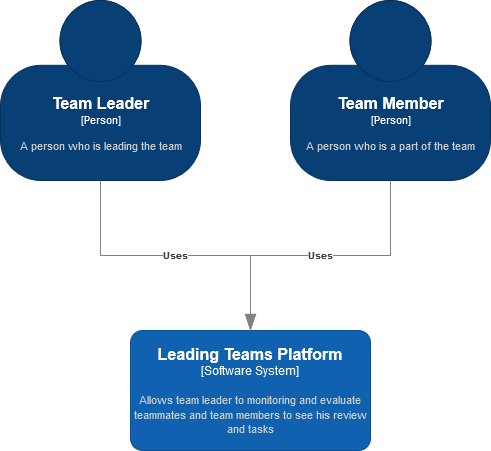
The draw.io diagram Documentatie/C4/Licenta Level 1.drawio.png in Naclyy/Licenta, before a commit. Source tidied: cells renumbered, new cells last; positions are measured from the earlier drawing's top-left corner, leaving out a move shared by most shapes. Its diagram source:
```xml
<mxGraphModel>
  <root>
    <mxCell id="0" />
    <mxCell id="1" parent="0" />
    <object id="2" label="&lt;font style=&quot;font-size: 16px&quot;&gt;&lt;b&gt;%c4Name%&lt;/b&gt;&lt;/font&gt;&lt;div&gt;[%c4Type%]&lt;/div&gt;&lt;br&gt;&lt;div&gt;&lt;font style=&quot;font-size: 11px&quot;&gt;&lt;font color=&quot;#cccccc&quot;&gt;%c4Description%&lt;/font&gt;&lt;/div&gt;" c4Description="A person who is leading the team" c4Name="Team Leader" c4Type="Person" placeholders="1">
      <mxCell style="html=1;fontSize=11;dashed=0;whitespace=wrap;fillColor=#083F75;strokeColor=#06315C;fontColor=#ffffff;shape=mxgraph.c4.person2;align=center;points=[[0.5,0,0],[1,0.5,0],[1,0.75,0],[0.75,1,0],[0.5,1,0],[0.25,1,0],[0,0.75,0],[0,0.5,0]];" parent="1" vertex="1">
        <mxGeometry width="200" height="180" as="geometry" />
      </mxCell>
    </object>
    <object id="3" label="&lt;font style=&quot;font-size: 16px&quot;&gt;&lt;b&gt;%c4Name%&lt;/b&gt;&lt;/font&gt;&lt;div&gt;[%c4Type%]&lt;/div&gt;&lt;br&gt;&lt;div&gt;&lt;font style=&quot;font-size: 11px&quot;&gt;&lt;font color=&quot;#cccccc&quot;&gt;%c4Description%&lt;/font&gt;&lt;/div&gt;" c4Description="A person who is a part of the team" c4Name="Team Member" c4Type="Person" placeholders="1">
      <mxCell style="html=1;fontSize=11;dashed=0;whitespace=wrap;fillColor=#083F75;strokeColor=#06315C;fontColor=#ffffff;shape=mxgraph.c4.person2;align=center;points=[[0.5,0,0],[1,0.5,0],[1,0.75,0],[0.75,1,0],[0.5,1,0],[0.25,1,0],[0,0.75,0],[0,0.5,0]];" parent="1" vertex="1">
        <mxGeometry x="290" width="200" height="180" as="geometry" />
      </mxCell>
    </object>
    <object id="4" label="&lt;font style=&quot;font-size: 16px&quot;&gt;&lt;b&gt;%c4Name%&lt;/b&gt;&lt;/font&gt;&lt;div&gt;[%c4Type%]&lt;/div&gt;&lt;br&gt;&lt;div&gt;&lt;font style=&quot;font-size: 11px&quot;&gt;&lt;font color=&quot;#cccccc&quot;&gt;%c4Description%&lt;/font&gt;&lt;/div&gt;" c4Description="Allows team leader to monitoring and evaluate teammates and team members to see his review and tasks" c4Name="Leading Teams Platform" c4Type="Software System" placeholders="1">
      <mxCell style="rounded=1;whiteSpace=wrap;html=1;labelBackgroundColor=none;fillColor=#1061B0;fontColor=#ffffff;align=center;arcSize=10;strokeColor=#0D5091;points=[[0.25,0,0],[0.5,0,0],[0.75,0,0],[1,0.25,0],[1,0.5,0],[1,0.75,0],[0.75,1,0],[0.5,1,0],[0.25,1,0],[0,0.75,0],[0,0.5,0],[0,0.25,0]];" parent="1" vertex="1">
        <mxGeometry x="130" y="330" width="240" height="120" as="geometry" />
      </mxCell>
    </object>
    <object id="5" label="&lt;div style=&quot;text-align: left&quot;&gt;&lt;div style=&quot;text-align: center&quot;&gt;&lt;b&gt;%c4Description%&lt;/b&gt;&lt;/div&gt;" c4Description="Uses" c4Type="Relationship" placeholders="1">
      <mxCell style="endArrow=blockThin;html=1;fontSize=10;fontColor=#404040;strokeWidth=1;endFill=1;strokeColor=#828282;elbow=vertical;endSize=14;startSize=14;jumpStyle=arc;jumpSize=16;rounded=0;edgeStyle=orthogonalEdgeStyle;exitX=0.5;exitY=1;exitDx=0;exitDy=0;exitPerimeter=0;entryX=0.5;entryY=0;entryDx=0;entryDy=0;entryPerimeter=0;" parent="1" edge="1" source="2" target="4">
        <mxGeometry relative="1" as="geometry">
          <Array as="points">
            <mxPoint x="100" y="255" />
            <mxPoint x="250" y="255" />
            <mxPoint x="250" y="330" />
          </Array>
        </mxGeometry>
      </mxCell>
    </object>
    <object id="6" label="&lt;div style=&quot;text-align: left&quot;&gt;&lt;div style=&quot;text-align: center&quot;&gt;&lt;b&gt;%c4Description%&lt;/b&gt;&lt;/div&gt;" c4Description="Uses" c4Type="Relationship" placeholders="1">
      <mxCell style="endArrow=blockThin;html=1;fontSize=10;fontColor=#404040;strokeWidth=1;endFill=1;strokeColor=#828282;elbow=vertical;endSize=14;startSize=14;jumpStyle=arc;jumpSize=16;rounded=0;edgeStyle=orthogonalEdgeStyle;entryX=0.5;entryY=0;entryDx=0;entryDy=0;entryPerimeter=0;exitX=0.5;exitY=1;exitDx=0;exitDy=0;exitPerimeter=0;" parent="1" edge="1" source="3" target="4">
        <mxGeometry relative="1" as="geometry" />
      </mxCell>
    </object>
  </root>
</mxGraphModel>
```
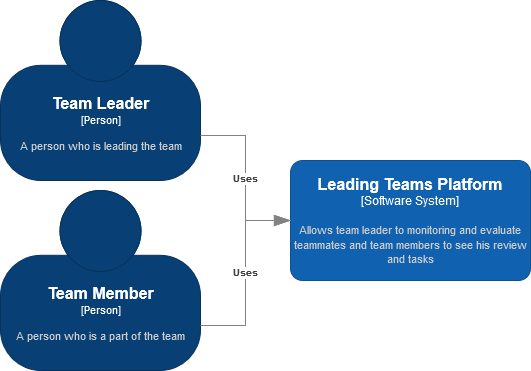
Above is the later version.

Diff of the diagram source:
```diff
@@ -4,34 +4,28 @@
     <mxCell id="1" parent="0" />
     <object id="2" label="&lt;font style=&quot;font-size: 16px&quot;&gt;&lt;b&gt;%c4Name%&lt;/b&gt;&lt;/font&gt;&lt;div&gt;[%c4Type%]&lt;/div&gt;&lt;br&gt;&lt;div&gt;&lt;font style=&quot;font-size: 11px&quot;&gt;&lt;font color=&quot;#cccccc&quot;&gt;%c4Description%&lt;/font&gt;&lt;/div&gt;" c4Description="A person who is leading the team" c4Name="Team Leader" c4Type="Person" placeholders="1">
       <mxCell style="html=1;fontSize=11;dashed=0;whitespace=wrap;fillColor=#083F75;strokeColor=#06315C;fontColor=#ffffff;shape=mxgraph.c4.person2;align=center;points=[[0.5,0,0],[1,0.5,0],[1,0.75,0],[0.75,1,0],[0.5,1,0],[0.25,1,0],[0,0.75,0],[0,0.5,0]];" parent="1" vertex="1">
-        <mxGeometry width="200" height="180" as="geometry" />
+        <mxGeometry x="-110" y="-100" width="200" height="180" as="geometry" />
       </mxCell>
     </object>
     <object id="3" label="&lt;font style=&quot;font-size: 16px&quot;&gt;&lt;b&gt;%c4Name%&lt;/b&gt;&lt;/font&gt;&lt;div&gt;[%c4Type%]&lt;/div&gt;&lt;br&gt;&lt;div&gt;&lt;font style=&quot;font-size: 11px&quot;&gt;&lt;font color=&quot;#cccccc&quot;&gt;%c4Description%&lt;/font&gt;&lt;/div&gt;" c4Description="A person who is a part of the team" c4Name="Team Member" c4Type="Person" placeholders="1">
       <mxCell style="html=1;fontSize=11;dashed=0;whitespace=wrap;fillColor=#083F75;strokeColor=#06315C;fontColor=#ffffff;shape=mxgraph.c4.person2;align=center;points=[[0.5,0,0],[1,0.5,0],[1,0.75,0],[0.75,1,0],[0.5,1,0],[0.25,1,0],[0,0.75,0],[0,0.5,0]];" parent="1" vertex="1">
-        <mxGeometry x="290" width="200" height="180" as="geometry" />
+        <mxGeometry x="-110" y="90" width="200" height="180" as="geometry" />
       </mxCell>
     </object>
     <object id="4" label="&lt;font style=&quot;font-size: 16px&quot;&gt;&lt;b&gt;%c4Name%&lt;/b&gt;&lt;/font&gt;&lt;div&gt;[%c4Type%]&lt;/div&gt;&lt;br&gt;&lt;div&gt;&lt;font style=&quot;font-size: 11px&quot;&gt;&lt;font color=&quot;#cccccc&quot;&gt;%c4Description%&lt;/font&gt;&lt;/div&gt;" c4Description="Allows team leader to monitoring and evaluate teammates and team members to see his review and tasks" c4Name="Leading Teams Platform" c4Type="Software System" placeholders="1">
       <mxCell style="rounded=1;whiteSpace=wrap;html=1;labelBackgroundColor=none;fillColor=#1061B0;fontColor=#ffffff;align=center;arcSize=10;strokeColor=#0D5091;points=[[0.25,0,0],[0.5,0,0],[0.75,0,0],[1,0.25,0],[1,0.5,0],[1,0.75,0],[0.75,1,0],[0.5,1,0],[0.25,1,0],[0,0.75,0],[0,0.5,0],[0,0.25,0]];" parent="1" vertex="1">
-        <mxGeometry x="130" y="330" width="240" height="120" as="geometry" />
+        <mxGeometry x="180" y="60" width="240" height="120" as="geometry" />
       </mxCell>
     </object>
+    <object id="6" label="&lt;div style=&quot;text-align: left&quot;&gt;&lt;div style=&quot;text-align: center&quot;&gt;&lt;b&gt;%c4Description%&lt;/b&gt;&lt;/div&gt;" c4Description="Uses" c4Type="Relationship" placeholders="1">
+      <mxCell style="endArrow=blockThin;html=1;fontSize=10;fontColor=#404040;strokeWidth=1;endFill=1;strokeColor=#828282;elbow=vertical;endSize=14;startSize=14;jumpStyle=arc;jumpSize=16;rounded=0;edgeStyle=orthogonalEdgeStyle;exitX=1;exitY=0.75;exitDx=0;exitDy=0;exitPerimeter=0;entryX=0;entryY=0.5;entryDx=0;entryDy=0;entryPerimeter=0;" parent="1" edge="1" source="3" target="4">
+        <mxGeometry relative="1" as="geometry" />
+      </mxCell>
+    </object>
     <object id="5" label="&lt;div style=&quot;text-align: left&quot;&gt;&lt;div style=&quot;text-align: center&quot;&gt;&lt;b&gt;%c4Description%&lt;/b&gt;&lt;/div&gt;" c4Description="Uses" c4Type="Relationship" placeholders="1">
-      <mxCell style="endArrow=blockThin;html=1;fontSize=10;fontColor=#404040;strokeWidth=1;endFill=1;strokeColor=#828282;elbow=vertical;endSize=14;startSize=14;jumpStyle=arc;jumpSize=16;rounded=0;edgeStyle=orthogonalEdgeStyle;exitX=0.5;exitY=1;exitDx=0;exitDy=0;exitPerimeter=0;entryX=0.5;entryY=0;entryDx=0;entryDy=0;entryPerimeter=0;" parent="1" edge="1" source="2" target="4">
-        <mxGeometry relative="1" as="geometry">
-          <Array as="points">
-            <mxPoint x="100" y="255" />
-            <mxPoint x="250" y="255" />
-            <mxPoint x="250" y="330" />
-          </Array>
-        </mxGeometry>
+      <mxCell style="endArrow=blockThin;html=1;fontSize=10;fontColor=#404040;strokeWidth=1;endFill=1;strokeColor=#828282;elbow=vertical;endSize=14;startSize=14;jumpStyle=arc;jumpSize=16;rounded=0;edgeStyle=orthogonalEdgeStyle;exitX=1;exitY=0.75;exitDx=0;exitDy=0;exitPerimeter=0;entryX=0;entryY=0.5;entryDx=0;entryDy=0;entryPerimeter=0;" parent="1" edge="1" source="2" target="4">
+        <mxGeometry relative="1" as="geometry" />
       </mxCell>
     </object>
-    <object id="6" label="&lt;div style=&quot;text-align: left&quot;&gt;&lt;div style=&quot;text-align: center&quot;&gt;&lt;b&gt;%c4Description%&lt;/b&gt;&lt;/div&gt;" c4Description="Uses" c4Type="Relationship" placeholders="1">
-      <mxCell style="endArrow=blockThin;html=1;fontSize=10;fontColor=#404040;strokeWidth=1;endFill=1;strokeColor=#828282;elbow=vertical;endSize=14;startSize=14;jumpStyle=arc;jumpSize=16;rounded=0;edgeStyle=orthogonalEdgeStyle;entryX=0.5;entryY=0;entryDx=0;entryDy=0;entryPerimeter=0;exitX=0.5;exitY=1;exitDx=0;exitDy=0;exitPerimeter=0;" parent="1" edge="1" source="3" target="4">
-        <mxGeometry relative="1" as="geometry" />
-      </mxCell>
-    </object>
   </root>
 </mxGraphModel>
```
